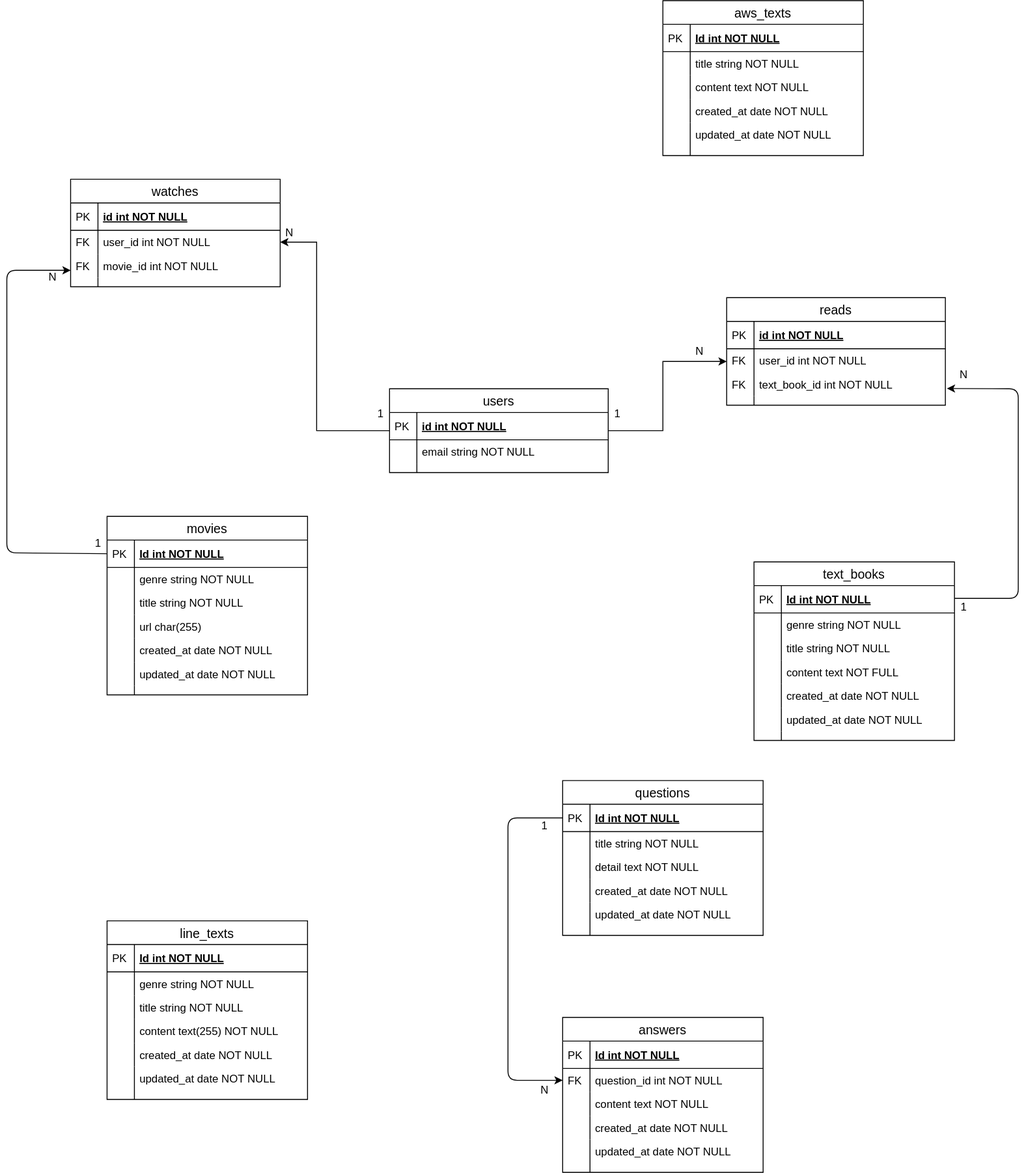
Above: gyakuten_clone_app.svg in T-Tsujii/gyakuten_clone_group29 (draw.io), before the change. Source tidied: cells renumbered, new cells last; positions are measured from the earlier drawing's top-left corner, leaving out a move shared by most shapes.
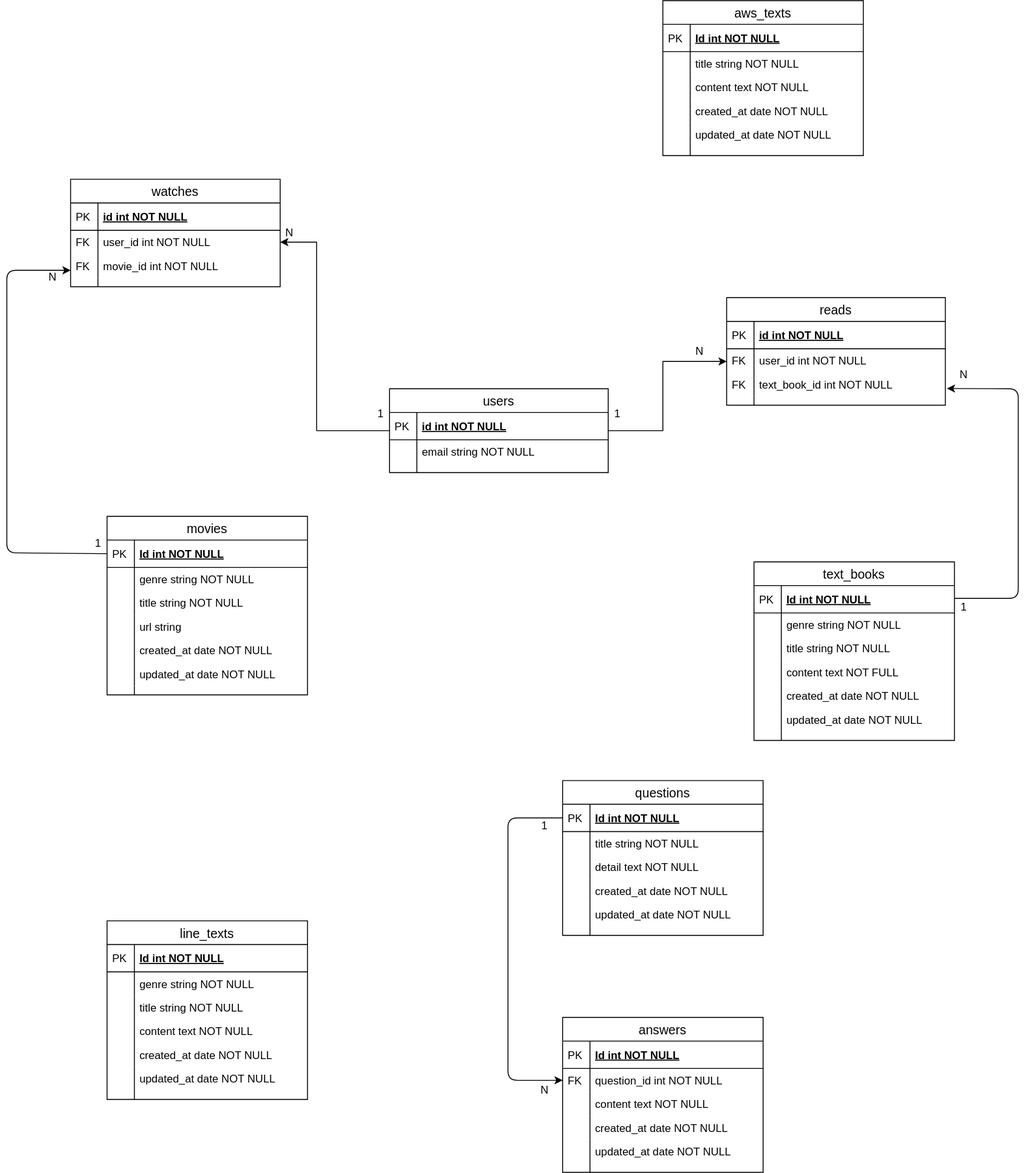
After the commit.

Commit message:
カラム型名修正

Change to the diagram source:
```diff
@@ -23,7 +23,7 @@
     <mxCell id="8" style="shape=partialRectangle;top=0;left=0;bottom=0;fillColor=none;align=left;verticalAlign=top;spacingLeft=4;spacingRight=4;overflow=hidden;fontSize=12;" parent="7" vertex="1">
       <mxGeometry width="30" height="26" as="geometry" />
     </mxCell>
-    <mxCell id="9" value="url char(255)" style="shape=partialRectangle;top=0;left=0;right=0;bottom=0;align=left;verticalAlign=top;fillColor=none;spacingLeft=34;spacingRight=4;overflow=hidden;fontSize=12;" parent="2" vertex="1">
+    <mxCell id="9" value="url string" style="shape=partialRectangle;top=0;left=0;right=0;bottom=0;align=left;verticalAlign=top;fillColor=none;spacingLeft=34;spacingRight=4;overflow=hidden;fontSize=12;" parent="2" vertex="1">
       <mxGeometry y="108" width="220" height="26" as="geometry" />
     </mxCell>
     <mxCell id="10" style="shape=partialRectangle;top=0;left=0;bottom=0;fillColor=none;align=left;verticalAlign=top;spacingLeft=4;spacingRight=4;overflow=hidden;fontSize=12;" parent="9" vertex="1">
@@ -223,7 +223,7 @@
     <mxCell id="68" style="shape=partialRectangle;top=0;left=0;bottom=0;fillColor=none;align=left;verticalAlign=top;spacingLeft=4;spacingRight=4;overflow=hidden;fontSize=12;" parent="67" vertex="1">
       <mxGeometry width="30" height="26" as="geometry" />
     </mxCell>
-    <mxCell id="69" value="content text(255) NOT NULL" style="shape=partialRectangle;top=0;left=0;right=0;bottom=0;align=left;verticalAlign=top;fillColor=none;spacingLeft=34;spacingRight=4;overflow=hidden;fontSize=12;" parent="62" vertex="1">
+    <mxCell id="69" value="content text NOT NULL" style="shape=partialRectangle;top=0;left=0;right=0;bottom=0;align=left;verticalAlign=top;fillColor=none;spacingLeft=34;spacingRight=4;overflow=hidden;fontSize=12;" parent="62" vertex="1">
       <mxGeometry y="108" width="220" height="26" as="geometry" />
     </mxCell>
     <mxCell id="70" style="shape=partialRectangle;top=0;left=0;bottom=0;fillColor=none;align=left;verticalAlign=top;spacingLeft=4;spacingRight=4;overflow=hidden;fontSize=12;" parent="69" vertex="1">
```
